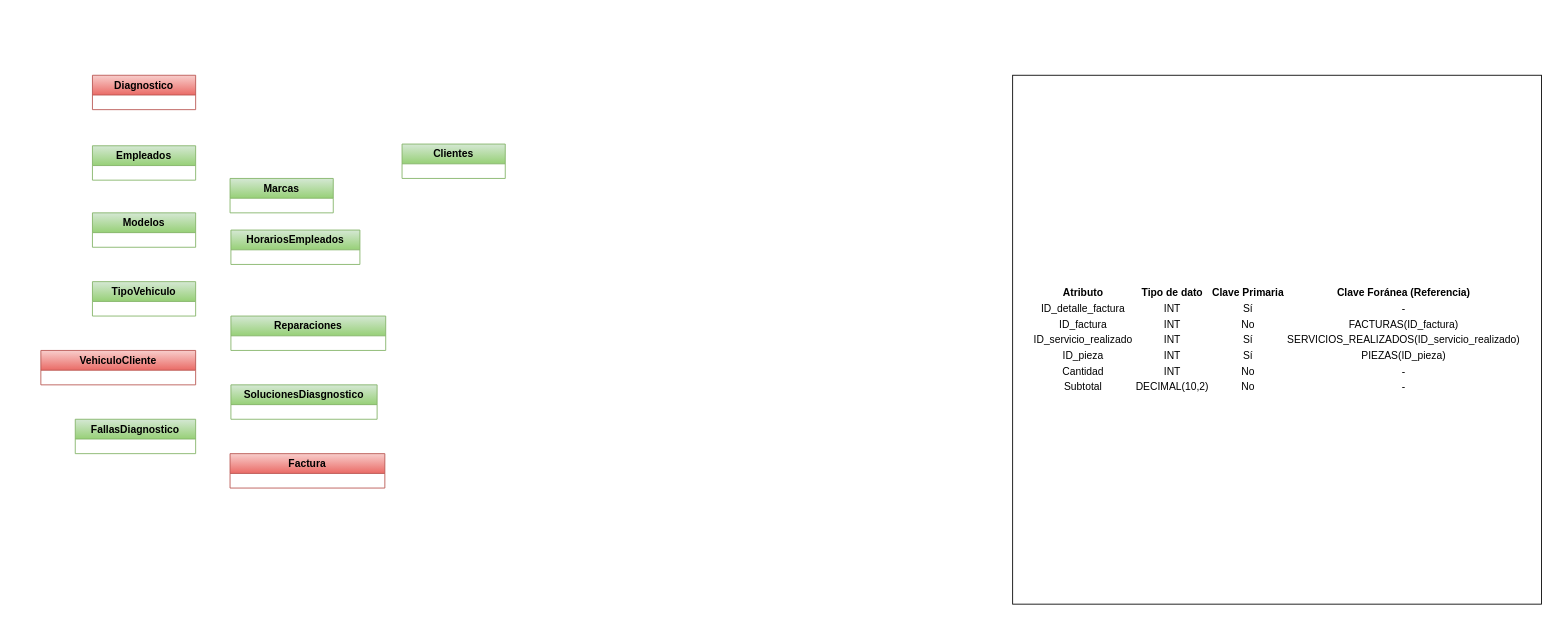
The draw.io diagram Untitled Diagram.drawio in konnylisethalucematorresCAMPUS/DataBase, before the edit. Source tidied: cells renumbered, new cells numbered last; positions are measured from the earlier drawing's top-left corner, leaving out a move shared by most shapes. Both pictures are drawn from the tidied source at 86%, with x=0, y=0 at pixel (40, 75).
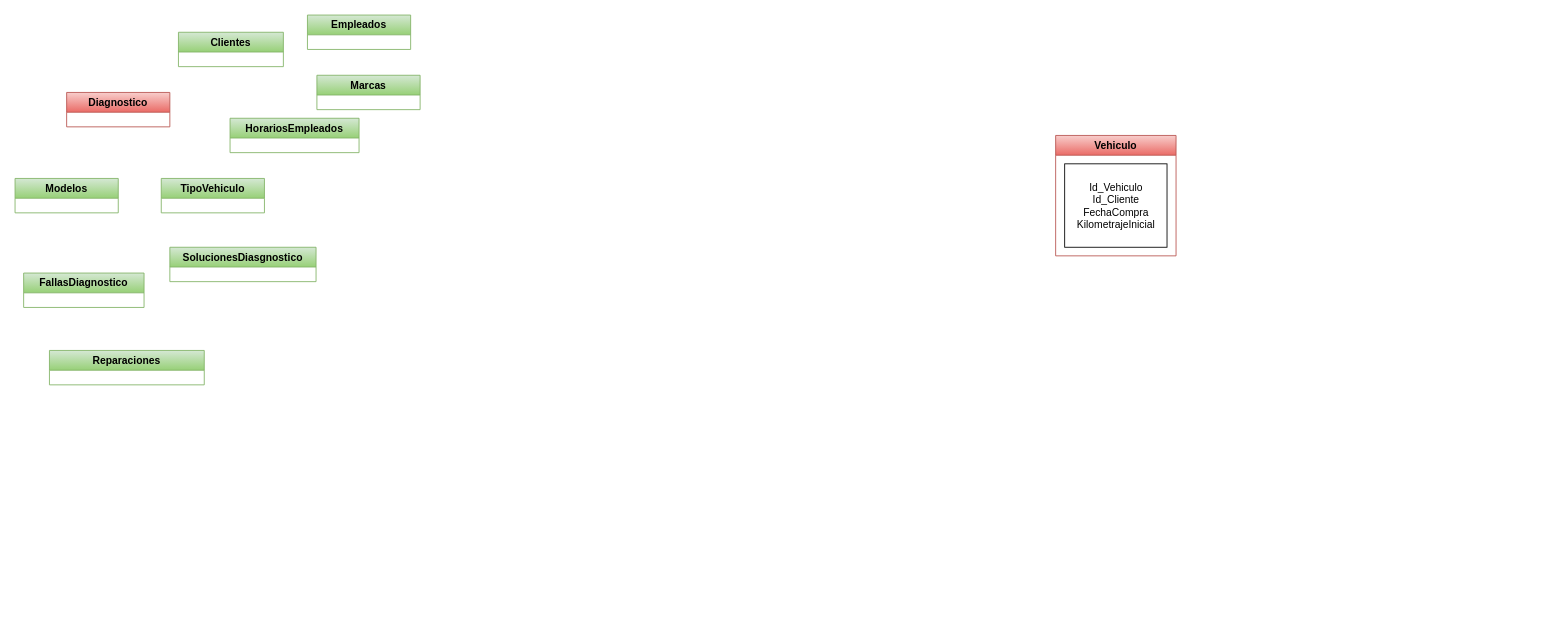
The same page after the edit.

Change to the diagram source:
```diff
@@
 <mxGraphModel>
   <root>
     <mxCell id="0" />
     <mxCell id="1" parent="0" />
     <mxCell id="2" value="Empleados" style="swimlane;whiteSpace=wrap;html=1;fillColor=#d5e8d4;strokeColor=#82b366;gradientColor=#97d077;" parent="1" vertex="1" collapsed="1">
-      <mxGeometry x="60" y="82" width="120" height="40" as="geometry" />
+      <mxGeometry x="310" y="-70" width="120" height="40" as="geometry" />
     </mxCell>
     <mxCell id="3" value="HorariosEmpleados" style="swimlane;whiteSpace=wrap;html=1;fillColor=#d5e8d4;strokeColor=#82b366;gradientColor=#97d077;" parent="1" vertex="1" collapsed="1">
-      <mxGeometry x="221" y="180" width="150" height="40" as="geometry" />
+      <mxGeometry x="220" y="50" width="150" height="40" as="geometry" />
     </mxCell>
     <mxCell id="4" value="Marcas" style="swimlane;whiteSpace=wrap;html=1;fillColor=#d5e8d4;strokeColor=#82b366;gradientColor=#97d077;" parent="1" vertex="1" collapsed="1">
-      <mxGeometry x="220" y="120" width="120" height="40" as="geometry" />
+      <mxGeometry x="321" width="120" height="40" as="geometry" />
     </mxCell>
     <mxCell id="5" value="Modelos" style="swimlane;whiteSpace=wrap;html=1;fillColor=#d5e8d4;strokeColor=#82b366;gradientColor=#97d077;" parent="1" vertex="1" collapsed="1">
-      <mxGeometry x="60" y="160" width="120" height="40" as="geometry" />
+      <mxGeometry x="-30" y="120" width="120" height="40" as="geometry" />
     </mxCell>
     <mxCell id="6" value="TipoVehiculo" style="swimlane;whiteSpace=wrap;html=1;fillColor=#d5e8d4;gradientColor=#97d077;strokeColor=#82b366;" parent="1" vertex="1" collapsed="1">
-      <mxGeometry x="60" y="240" width="120" height="40" as="geometry" />
+      <mxGeometry x="140" y="120" width="120" height="40" as="geometry" />
     </mxCell>
     <mxCell id="7" value="Diagnostico" style="swimlane;whiteSpace=wrap;html=1;fillColor=#f8cecc;gradientColor=#ea6b66;strokeColor=#b85450;" parent="1" vertex="1" collapsed="1">
-      <mxGeometry x="60" width="120" height="40" as="geometry" />
+      <mxGeometry x="30" y="20" width="120" height="40" as="geometry" />
     </mxCell>
-    <mxCell id="8" value="&lt;table&gt;&lt;thead&gt;&lt;tr&gt;&lt;th&gt;Atributo&lt;/th&gt;&lt;th&gt;Tipo de dato&lt;/th&gt;&lt;th&gt;Clave Primaria&lt;/th&gt;&lt;th&gt;Clave Foránea (Referencia)&lt;/th&gt;&lt;/tr&gt;&lt;/thead&gt;&lt;tbody&gt;&lt;tr&gt;&lt;td&gt;ID_detalle_factura&lt;/td&gt;&lt;td&gt;INT&lt;/td&gt;&lt;td&gt;Sí&lt;/td&gt;&lt;td&gt;-&lt;/td&gt;&lt;/tr&gt;&lt;tr&gt;&lt;td&gt;ID_factura&lt;/td&gt;&lt;td&gt;INT&lt;/td&gt;&lt;td&gt;No&lt;/td&gt;&lt;td&gt;FACTURAS(ID_factura)&lt;/td&gt;&lt;/tr&gt;&lt;tr&gt;&lt;td&gt;ID_servicio_realizado&lt;/td&gt;&lt;td&gt;INT&lt;/td&gt;&lt;td&gt;Sí&lt;/td&gt;&lt;td&gt;SERVICIOS_REALIZADOS(ID_servicio_realizado)&lt;/td&gt;&lt;/tr&gt;&lt;tr&gt;&lt;td&gt;ID_pieza&lt;/td&gt;&lt;td&gt;INT&lt;/td&gt;&lt;td&gt;Sí&lt;/td&gt;&lt;td&gt;PIEZAS(ID_pieza)&lt;/td&gt;&lt;/tr&gt;&lt;tr&gt;&lt;td&gt;Cantidad&lt;/td&gt;&lt;td&gt;INT&lt;/td&gt;&lt;td&gt;No&lt;/td&gt;&lt;td&gt;-&lt;/td&gt;&lt;/tr&gt;&lt;tr&gt;&lt;td&gt;Subtotal&lt;/td&gt;&lt;td&gt;DECIMAL(10,2)&lt;/td&gt;&lt;td&gt;No&lt;/td&gt;&lt;td&gt;-&lt;/td&gt;&lt;/tr&gt;&lt;/tbody&gt;&lt;/table&gt;" style="whiteSpace=wrap;html=1;" parent="1" vertex="1">
-      <mxGeometry x="1130" width="615" height="615" as="geometry" />
-    </mxCell>
     <mxCell id="9" value="SolucionesDiasgnostico" style="swimlane;whiteSpace=wrap;html=1;fillColor=#d5e8d4;gradientColor=#97d077;strokeColor=#82b366;" parent="1" vertex="1" collapsed="1">
-      <mxGeometry x="221" y="360" width="170" height="40" as="geometry" />
+      <mxGeometry x="150" y="200" width="170" height="40" as="geometry" />
     </mxCell>
     <mxCell id="10" value="FallasDiagnostico" style="swimlane;whiteSpace=wrap;html=1;fillColor=#d5e8d4;gradientColor=#97d077;strokeColor=#82b366;" parent="1" vertex="1" collapsed="1">
-      <mxGeometry x="40" y="400" width="140" height="40" as="geometry" />
+      <mxGeometry x="-20" y="230" width="140" height="40" as="geometry" />
     </mxCell>
     <mxCell id="11" value="Clientes" style="swimlane;whiteSpace=wrap;html=1;fillColor=#d5e8d4;gradientColor=#97d077;strokeColor=#82b366;" parent="1" vertex="1" collapsed="1">
-      <mxGeometry x="420" y="80" width="120" height="40" as="geometry" />
+      <mxGeometry x="160" y="-50" width="122" height="40" as="geometry" />
     </mxCell>
-    <mxCell id="12" value="VehiculoCliente" style="swimlane;whiteSpace=wrap;html=1;fillColor=#f8cecc;gradientColor=#ea6b66;strokeColor=#b85450;" parent="1" vertex="1" collapsed="1">
-      <mxGeometry y="320" width="180" height="40" as="geometry" />
+    <mxCell id="12" value="&lt;div&gt;Vehiculo&lt;/div&gt;" style="swimlane;whiteSpace=wrap;html=1;fillColor=#f8cecc;gradientColor=#ea6b66;strokeColor=#b85450;" parent="1" vertex="1">
+      <mxGeometry x="1180" y="70" width="140" height="140" as="geometry" />
     </mxCell>
-    <mxCell id="13" value="Factura" style="swimlane;whiteSpace=wrap;html=1;fillColor=#f8cecc;gradientColor=#ea6b66;strokeColor=#b85450;startSize=23;" parent="1" vertex="1" collapsed="1">
-      <mxGeometry x="220" y="440" width="180" height="40" as="geometry" />
-    </mxCell>
+    <mxCell id="15" value="&lt;div&gt;Id_Vehiculo&lt;/div&gt;&lt;div&gt;Id_Cliente&lt;/div&gt;&lt;div&gt;FechaCompra&lt;/div&gt;&lt;div&gt;KilometrajeInicial&lt;br&gt;&lt;/div&gt;" style="rounded=0;whiteSpace=wrap;html=1;" parent="12" vertex="1">
+      <mxGeometry x="10.5" y="33" width="119" height="97" as="geometry" />
+    </mxCell>
     <mxCell id="14" value="Reparaciones" style="swimlane;whiteSpace=wrap;html=1;fillColor=#d5e8d4;gradientColor=#97d077;strokeColor=#82b366;startSize=23;" parent="1" vertex="1" collapsed="1">
-      <mxGeometry x="221" y="280" width="180" height="40" as="geometry" />
+      <mxGeometry x="10" y="320" width="180" height="40" as="geometry" />
     </mxCell>
   </root>
 </mxGraphModel>
```
